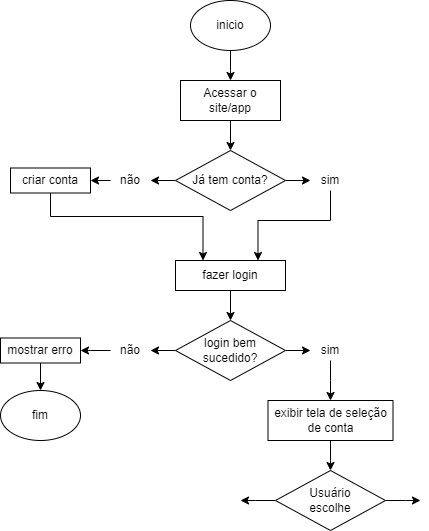
Andynlx01/fluxograma.aprensa-o keeps this draw.io diagram as fluxograma.drawio.png. Above is the earlier version. Source tidied: cells renumbered, new cells last; positions are measured from the earlier drawing's top-left corner, leaving out a move shared by most shapes.
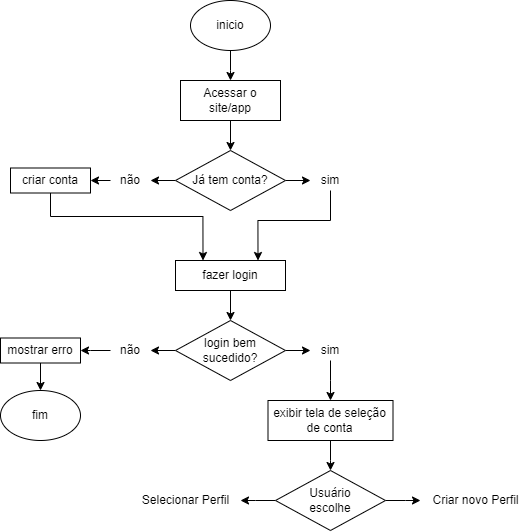
After the commit.

Change to the diagram source:
```diff
@@ -130,5 +130,11 @@
     <mxCell id="32" value="Usuário escolhe" style="text;strokeColor=none;align=center;fillColor=none;html=1;verticalAlign=middle;whiteSpace=wrap;rounded=0;" parent="1" vertex="1">
       <mxGeometry x="300" y="485" width="60" height="30" as="geometry" />
     </mxCell>
+    <mxCell id="33" value="Selecionar Perfil" style="text;html=1;align=center;verticalAlign=middle;strokeColor=none;fillColor=none;" parent="1" vertex="1">
+      <mxGeometry x="130" y="485" width="110" height="30" as="geometry" />
+    </mxCell>
+    <mxCell id="34" value="Criar novo Perfil" style="text;html=1;align=center;verticalAlign=middle;strokeColor=none;fillColor=none;" parent="1" vertex="1">
+      <mxGeometry x="420" y="485" width="110" height="30" as="geometry" />
+    </mxCell>
   </root>
 </mxGraphModel>
```
